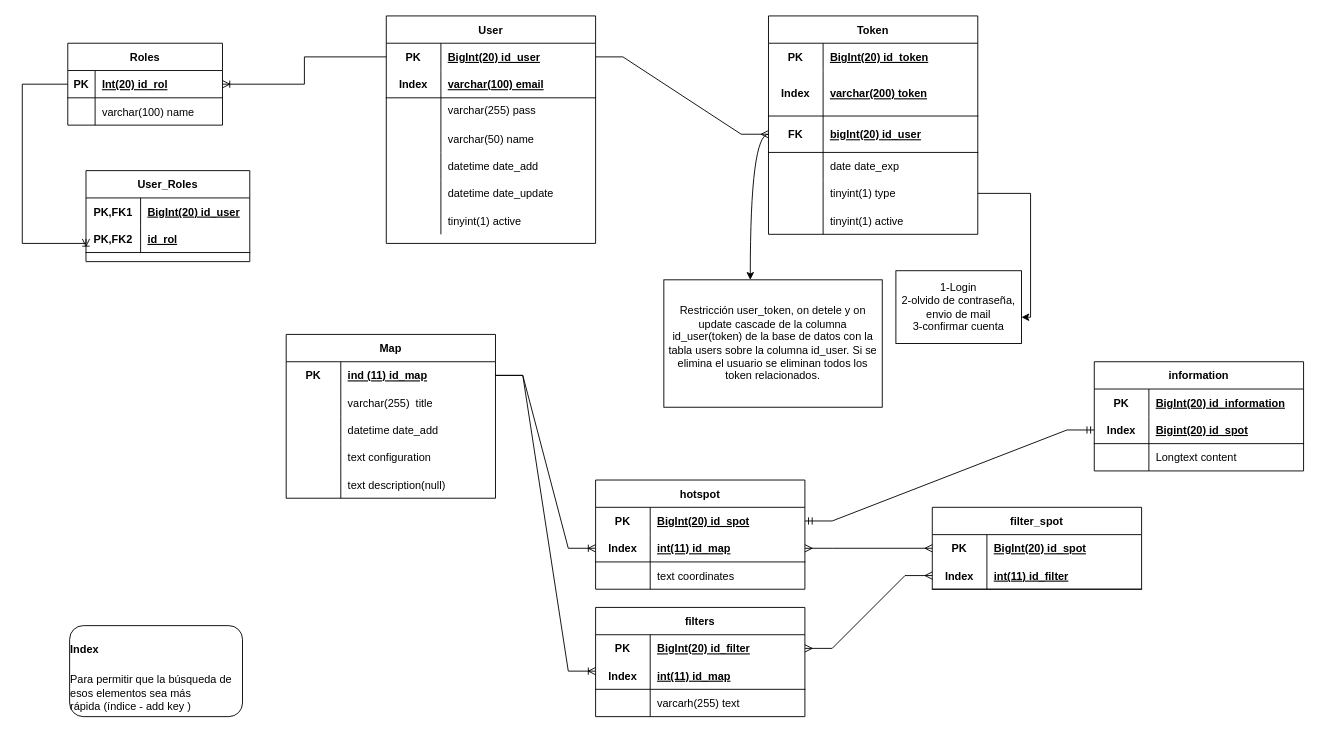
C1b3r/easymap keeps this draw.io diagram as database/Mapflet.drawio. Above is the earlier version. Source tidied: cells renumbered, new cells numbered last; positions are measured from the earlier drawing's top-left corner, leaving out a move shared by most shapes. Both pictures are drawn from the tidied source at 91%, with x=0, y=0 at pixel (22, 15).
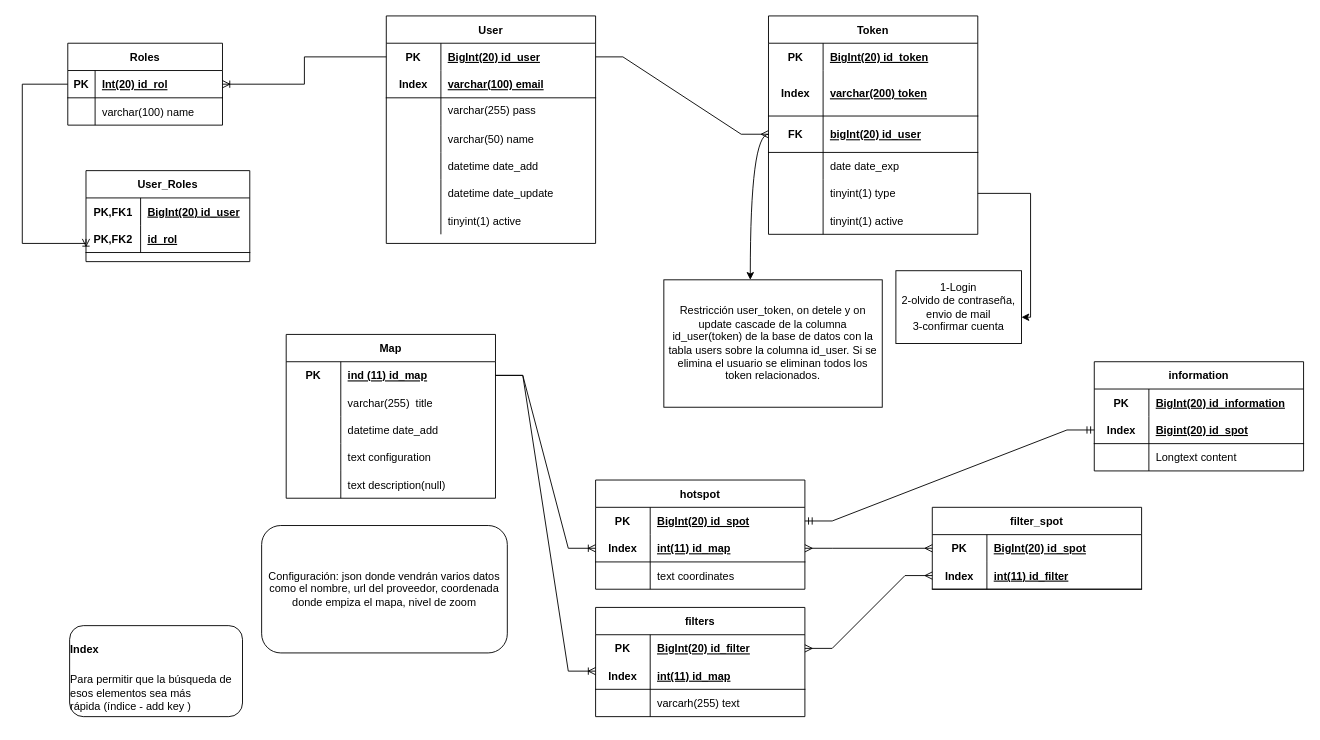
Above is the later version.

What changed in the source:
```diff
@@
+    <mxCell id="123" value="Configuración: json donde vendrán varios datos como el nombre, url del proveedor, coordenada donde empiza el mapa, nivel de zoom" style="rounded=1;whiteSpace=wrap;html=1;" parent="1" vertex="1">
+      <mxGeometry x="263" y="560" width="270" height="140" as="geometry" />
+    </mxCell>
```
